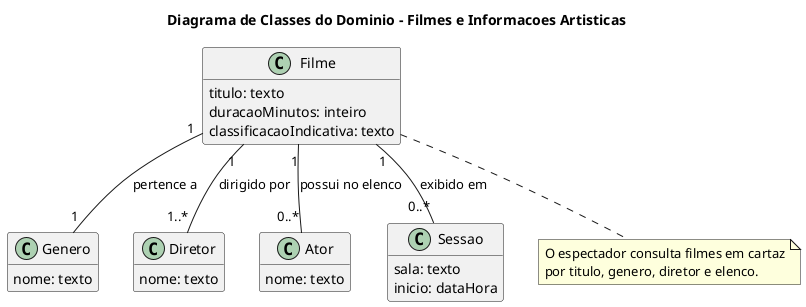
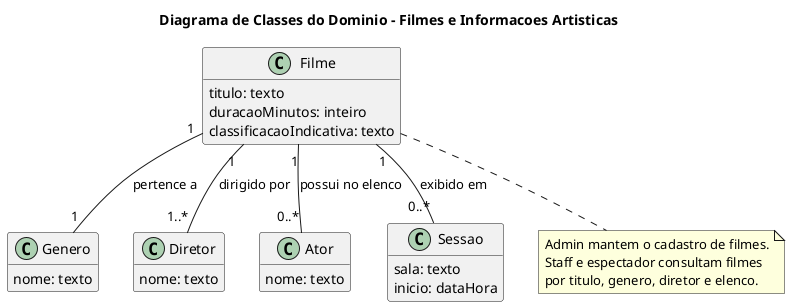
@startuml
title Diagrama de Classes do Dominio - Filmes e Informacoes Artisticas
skinparam classAttributeIconSize 0
hide methods

class Filme {
  titulo: texto
  duracaoMinutos: inteiro
  classificacaoIndicativa: texto
}

class Genero {
  nome: texto
}

class Diretor {
  nome: texto
}

class Ator {
  nome: texto
}

class Sessao {
  sala: texto
  inicio: dataHora
}

Filme "1" -- "1" Genero : pertence a
Filme "1" -- "1..*" Diretor : dirigido por
Filme "1" -- "0..*" Ator : possui no elenco
Filme "1" -- "0..*" Sessao : exibido em

note bottom of Filme
-   O espectador consulta filmes em cartaz
+   Admin mantem o cadastro de filmes.
+   Staff e espectador consultam filmes
  por titulo, genero, diretor e elenco.
end note
@enduml
